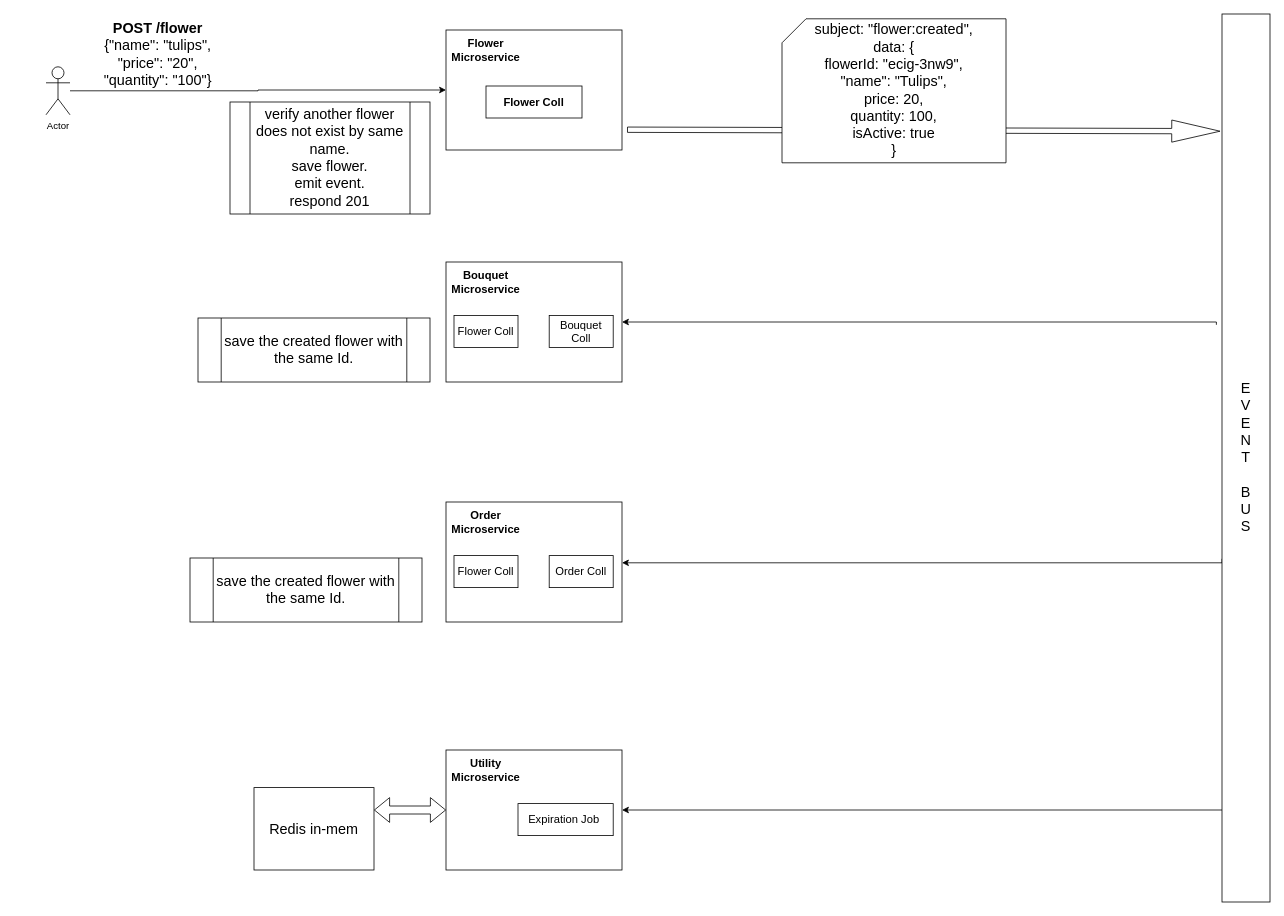
Before: documentation/events/flower/create.drawio in piyusheklavya777/flowerbouquet, a draw.io diagram. Source tidied: cells renumbered, new cells numbered last; positions are measured from the earlier drawing's top-left corner, leaving out a move shared by most shapes. Both pictures are drawn from the tidied source at 80%, with x=0, y=0 at pixel (14, 14).
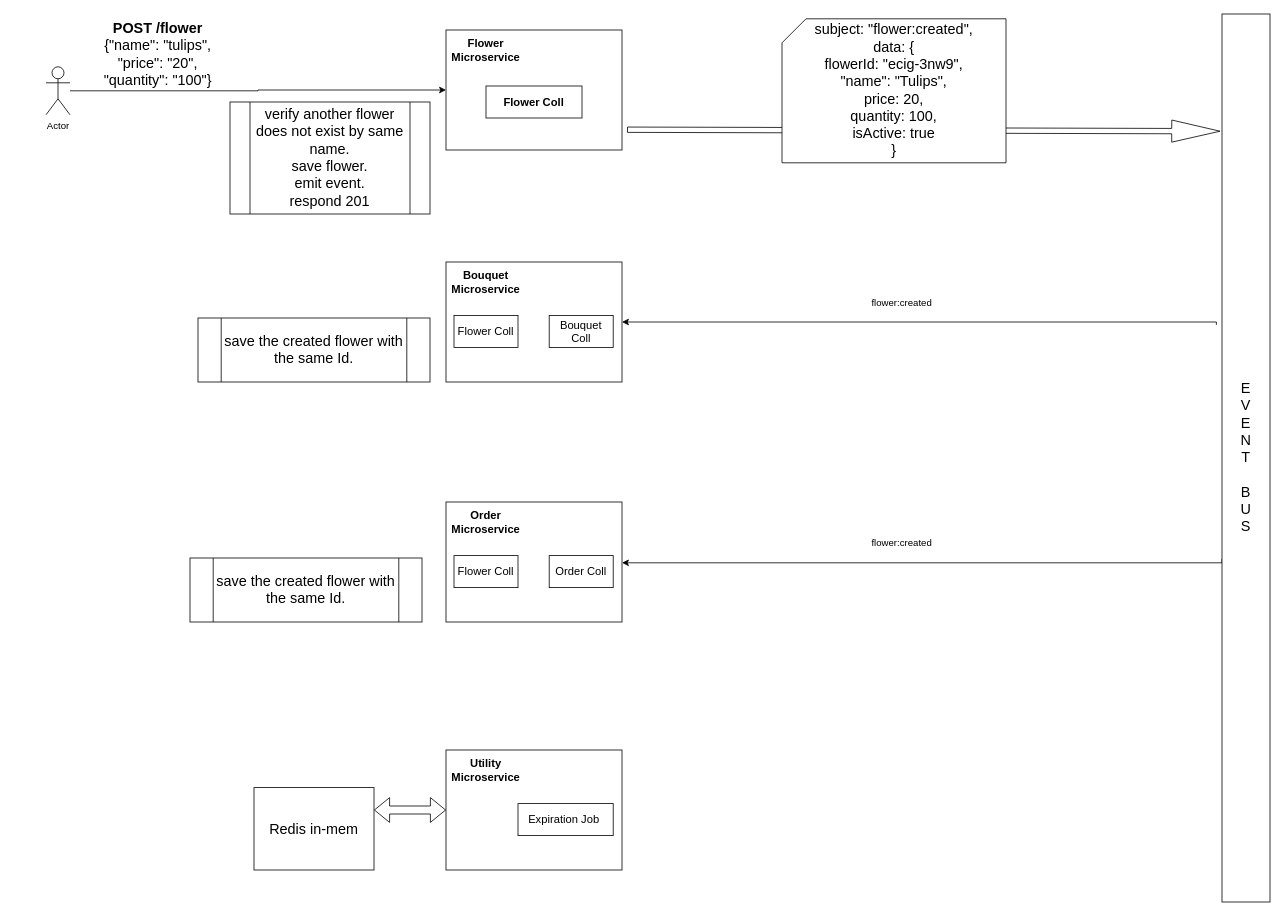
Above is the later version.

Unchanged cells that the change refers to:
```xml
<mxCell id="15" style="rounded=0;whiteSpace=wrap;html=1;align=center;" parent="1" vertex="1">
  <mxGeometry x="540" y="920" width="220" height="150" as="geometry" />
</mxCell>
<mxCell id="21" value="&lt;font style=&quot;font-size: 18px;&quot;&gt;E&lt;br&gt;V&lt;br&gt;E&lt;br&gt;N&lt;br&gt;T&lt;br&gt;&lt;br&gt;B&lt;br&gt;U&lt;br&gt;S&lt;/font&gt;" style="rounded=0;whiteSpace=wrap;html=1;" parent="1" vertex="1">
  <mxGeometry x="1510" width="60" height="1110" as="geometry" />
</mxCell>
```

Diff of the diagram source:
```diff
@@
-    <mxCell id="20" style="edgeStyle=orthogonalEdgeStyle;rounded=0;jettySize=auto;html=1;entryX=1;entryY=0.5;entryDx=0;entryDy=0;fontSize=18;" parent="1" edge="1" source="21" target="15">
-      <mxGeometry relative="1" as="geometry">
-        <Array as="points">
-          <mxPoint x="1330" y="995" />
-          <mxPoint x="1330" y="995" />
-        </Array>
-      </mxGeometry>
-    </mxCell>
@@
+    <mxCell id="30" value="flower:created" style="text;html=1;strokeColor=none;fillColor=none;align=center;verticalAlign=middle;whiteSpace=wrap;rounded=0;" parent="1" vertex="1">
+      <mxGeometry x="1080" y="347" width="60" height="30" as="geometry" />
+    </mxCell>
+    <mxCell id="31" value="flower:created" style="text;html=1;strokeColor=none;fillColor=none;align=center;verticalAlign=middle;whiteSpace=wrap;rounded=0;" parent="1" vertex="1">
+      <mxGeometry x="1080" y="647" width="60" height="30" as="geometry" />
+    </mxCell>
```
